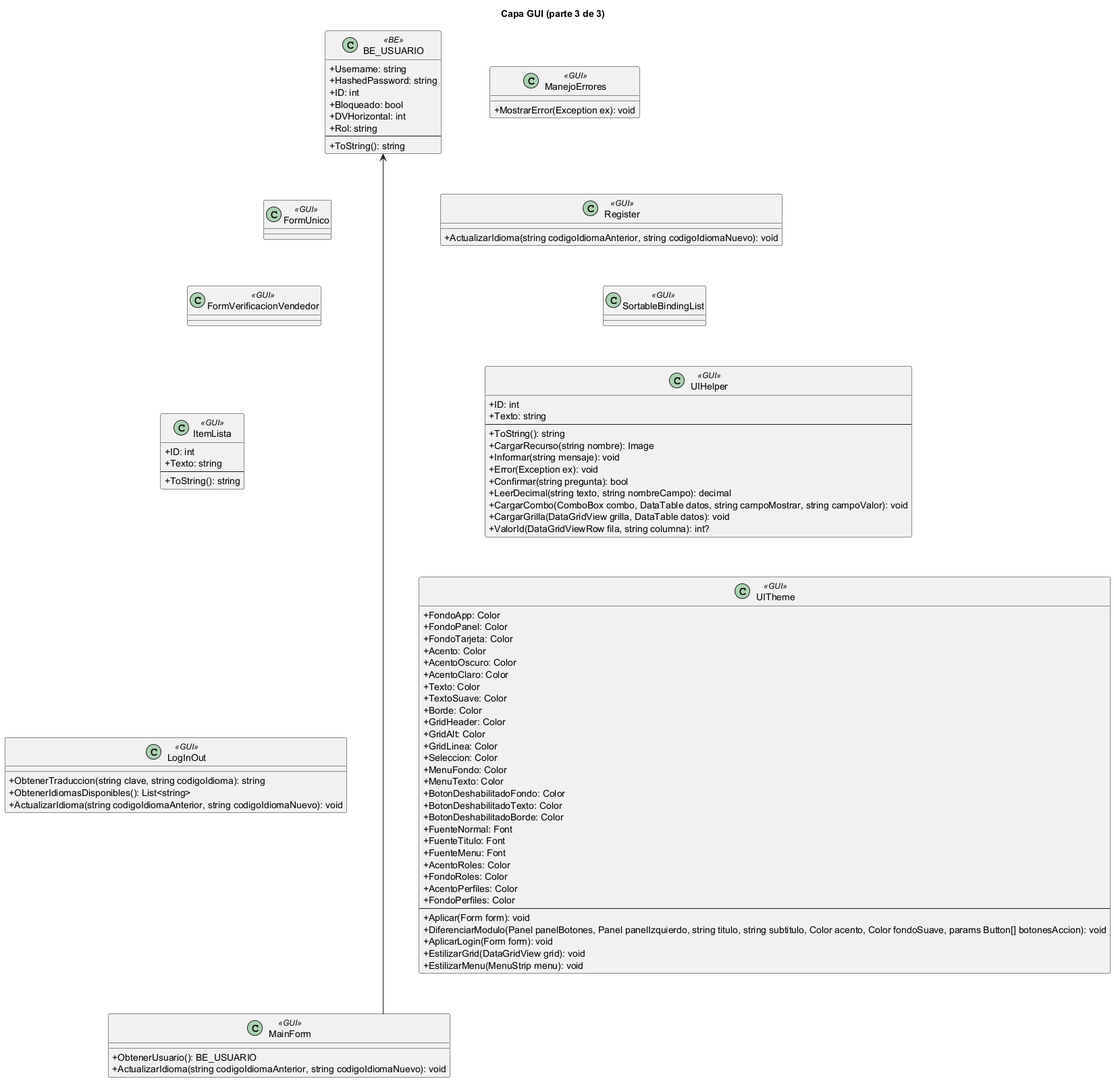
Before: docs/diagramas/uml_png/capas__GUI_clases_3.png, a diagram exported from PlantUML (L-Muniz/uai-diploma_2026). Its diagram source:
```plantuml
@startuml
skinparam classAttributeIconSize 0
skinparam linetype ortho
title Capa GUI (parte 3 de 3)
class "BE_USUARIO" as BE_USUARIO <<BE>> {
  +Username: string
  +HashedPassword: string
  +ID: int
  +Bloqueado: bool
  +DVHorizontal: int
  +Rol: string
  --
  +ToString(): string
}
class "FormUnico" as FormUnico <<GUI>> {
}
class "FormVerificacionVendedor" as FormVerificacionVendedor <<GUI>> {
}
class "ItemLista" as ItemLista <<GUI>> {
  +ID: int
  +Texto: string
  --
  +ToString(): string
}
class "LogInOut" as LogInOut <<GUI>> {
  +ObtenerTraduccion(string clave, string codigoIdioma): string
  +ObtenerIdiomasDisponibles(): List<string>
  +ActualizarIdioma(string codigoIdiomaAnterior, string codigoIdiomaNuevo): void
}
class "MainForm" as MainForm <<GUI>> {
  +ObtenerUsuario(): BE_USUARIO
  +ActualizarIdioma(string codigoIdiomaAnterior, string codigoIdiomaNuevo): void
}
class "ManejoErrores" as ManejoErrores <<GUI>> {
  +MostrarError(Exception ex): void
}
class "Register" as Register <<GUI>> {
  +ActualizarIdioma(string codigoIdiomaAnterior, string codigoIdiomaNuevo): void
}
class "SortableBindingList" as SortableBindingList <<GUI>> {
}
class "UIHelper" as UIHelper <<GUI>> {
  +ID: int
  +Texto: string
  --
  +ToString(): string
  +CargarRecurso(string nombre): Image
  +Informar(string mensaje): void
  +Error(Exception ex): void
  +Confirmar(string pregunta): bool
  +LeerDecimal(string texto, string nombreCampo): decimal
  +CargarCombo(ComboBox combo, DataTable datos, string campoMostrar, string campoValor): void
  +CargarGrilla(DataGridView grilla, DataTable datos): void
  +ValorId(DataGridViewRow fila, string columna): int?
}
class "UITheme" as UITheme <<GUI>> {
  +FondoApp: Color
  +FondoPanel: Color
  +FondoTarjeta: Color
  +Acento: Color
  +AcentoOscuro: Color
  +AcentoClaro: Color
  +Texto: Color
  +TextoSuave: Color
  +Borde: Color
  +GridHeader: Color
  +GridAlt: Color
  +GridLinea: Color
  +Seleccion: Color
  +MenuFondo: Color
  +MenuTexto: Color
  +BotonDeshabilitadoFondo: Color
  +BotonDeshabilitadoTexto: Color
  +BotonDeshabilitadoBorde: Color
  +FuenteNormal: Font
  +FuenteTitulo: Font
  +FuenteMenu: Font
  +AcentoRoles: Color
  +FondoRoles: Color
  +AcentoPerfiles: Color
  +FondoPerfiles: Color
  --
  +Aplicar(Form form): void
  +DiferenciarModulo(Panel panelBotones, Panel panelIzquierdo, string titulo, string subtitulo, Color acento, Color fondoSuave, params Button[] botonesAccion): void
  +AplicarLogin(Form form): void
  +EstilizarGrid(DataGridView grid): void
  +EstilizarMenu(MenuStrip menu): void
}
BE_USUARIO -[hidden]down- FormUnico
FormUnico -[hidden]down- FormVerificacionVendedor
FormVerificacionVendedor -[hidden]down- ItemLista
ItemLista -[hidden]down- LogInOut
LogInOut -[hidden]down- MainForm
ManejoErrores -[hidden]down- Register
Register -[hidden]down- SortableBindingList
SortableBindingList -[hidden]down- UIHelper
UIHelper -[hidden]down- UITheme
BE_USUARIO -[hidden]right- ManejoErrores
MainForm --> BE_USUARIO
@enduml
```
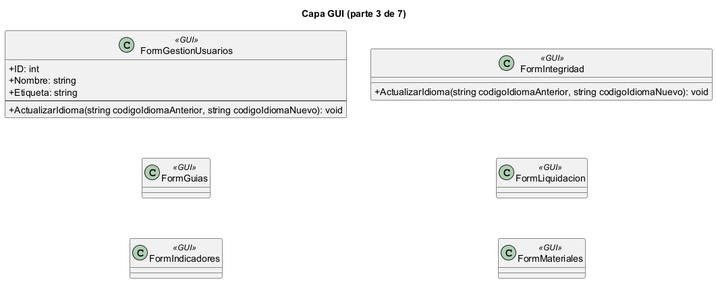
The same diagram one commit later.

Diff of the diagram source:
```diff
@@ -1,100 +1,28 @@
 @startuml
 skinparam classAttributeIconSize 0
 skinparam linetype ortho
-title Capa GUI (parte 3 de 3)
-class "BE_USUARIO" as BE_USUARIO <<BE>> {
-  +Username: string
-  +HashedPassword: string
+title Capa GUI (parte 3 de 7)
+class "FormGestionUsuarios" as FormGestionUsuarios <<GUI>> {
   +ID: int
-  +Bloqueado: bool
-  +DVHorizontal: int
-  +Rol: string
+  +Nombre: string
+  +Etiqueta: string
   --
-  +ToString(): string
-}
-class "FormUnico" as FormUnico <<GUI>> {
-}
-class "FormVerificacionVendedor" as FormVerificacionVendedor <<GUI>> {
-}
-class "ItemLista" as ItemLista <<GUI>> {
-  +ID: int
-  +Texto: string
-  --
-  +ToString(): string
-}
-class "LogInOut" as LogInOut <<GUI>> {
-  +ObtenerTraduccion(string clave, string codigoIdioma): string
-  +ObtenerIdiomasDisponibles(): List<string>
   +ActualizarIdioma(string codigoIdiomaAnterior, string codigoIdiomaNuevo): void
 }
-class "MainForm" as MainForm <<GUI>> {
-  +ObtenerUsuario(): BE_USUARIO
+class "FormGuias" as FormGuias <<GUI>> {
+}
+class "FormIndicadores" as FormIndicadores <<GUI>> {
+}
+class "FormIntegridad" as FormIntegridad <<GUI>> {
   +ActualizarIdioma(string codigoIdiomaAnterior, string codigoIdiomaNuevo): void
 }
-class "ManejoErrores" as ManejoErrores <<GUI>> {
-  +MostrarError(Exception ex): void
+class "FormLiquidacion" as FormLiquidacion <<GUI>> {
 }
-class "Register" as Register <<GUI>> {
-  +ActualizarIdioma(string codigoIdiomaAnterior, string codigoIdiomaNuevo): void
+class "FormMateriales" as FormMateriales <<GUI>> {
 }
-class "SortableBindingList" as SortableBindingList <<GUI>> {
-}
-class "UIHelper" as UIHelper <<GUI>> {
-  +ID: int
-  +Texto: string
-  --
-  +ToString(): string
-  +CargarRecurso(string nombre): Image
-  +Informar(string mensaje): void
-  +Error(Exception ex): void
-  +Confirmar(string pregunta): bool
-  +LeerDecimal(string texto, string nombreCampo): decimal
-  +CargarCombo(ComboBox combo, DataTable datos, string campoMostrar, string campoValor): void
-  +CargarGrilla(DataGridView grilla, DataTable datos): void
-  +ValorId(DataGridViewRow fila, string columna): int?
-}
-class "UITheme" as UITheme <<GUI>> {
-  +FondoApp: Color
-  +FondoPanel: Color
-  +FondoTarjeta: Color
-  +Acento: Color
-  +AcentoOscuro: Color
-  +AcentoClaro: Color
-  +Texto: Color
-  +TextoSuave: Color
-  +Borde: Color
-  +GridHeader: Color
-  +GridAlt: Color
-  +GridLinea: Color
-  +Seleccion: Color
-  +MenuFondo: Color
-  +MenuTexto: Color
-  +BotonDeshabilitadoFondo: Color
-  +BotonDeshabilitadoTexto: Color
-  +BotonDeshabilitadoBorde: Color
-  +FuenteNormal: Font
-  +FuenteTitulo: Font
-  +FuenteMenu: Font
-  +AcentoRoles: Color
-  +FondoRoles: Color
-  +AcentoPerfiles: Color
-  +FondoPerfiles: Color
-  --
-  +Aplicar(Form form): void
-  +DiferenciarModulo(Panel panelBotones, Panel panelIzquierdo, string titulo, string subtitulo, Color acento, Color fondoSuave, params Button[] botonesAccion): void
-  +AplicarLogin(Form form): void
-  +EstilizarGrid(DataGridView grid): void
-  +EstilizarMenu(MenuStrip menu): void
-}
-BE_USUARIO -[hidden]down- FormUnico
-FormUnico -[hidden]down- FormVerificacionVendedor
-FormVerificacionVendedor -[hidden]down- ItemLista
-ItemLista -[hidden]down- LogInOut
-LogInOut -[hidden]down- MainForm
-ManejoErrores -[hidden]down- Register
-Register -[hidden]down- SortableBindingList
-SortableBindingList -[hidden]down- UIHelper
-UIHelper -[hidden]down- UITheme
-BE_USUARIO -[hidden]right- ManejoErrores
-MainForm --> BE_USUARIO
+FormGestionUsuarios -[hidden]down- FormGuias
+FormGuias -[hidden]down- FormIndicadores
+FormIntegridad -[hidden]down- FormLiquidacion
+FormLiquidacion -[hidden]down- FormMateriales
+FormGestionUsuarios -[hidden]right- FormIntegridad
 @enduml
```
